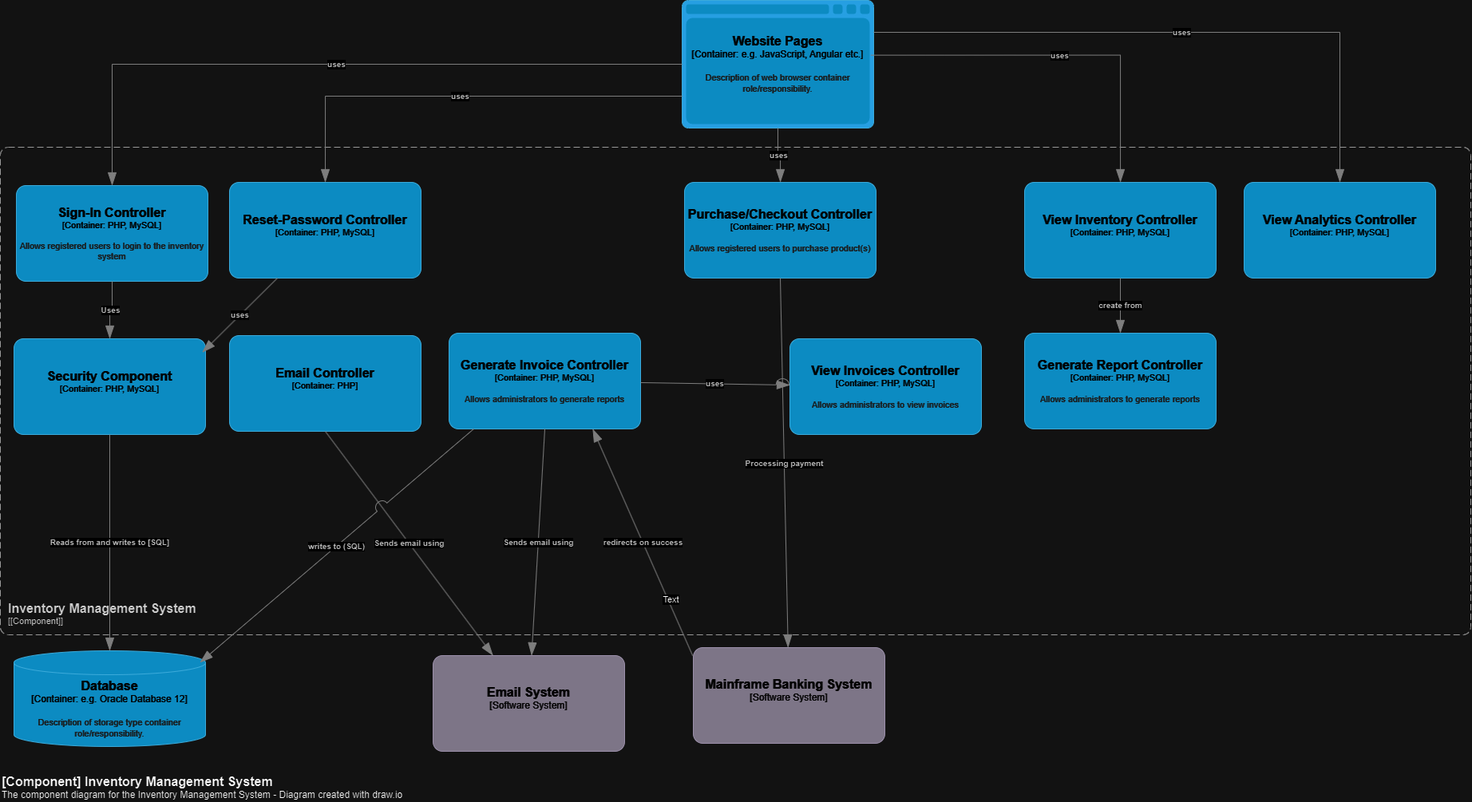
The draw.io diagram C4 Diagrams/ComponentDiagram.png in Vani0904/Team-Project-Inventory-System, before a commit. Source tidied: cells renumbered, new cells last; positions are measured from the earlier drawing's top-left corner, leaving out a move shared by most shapes.
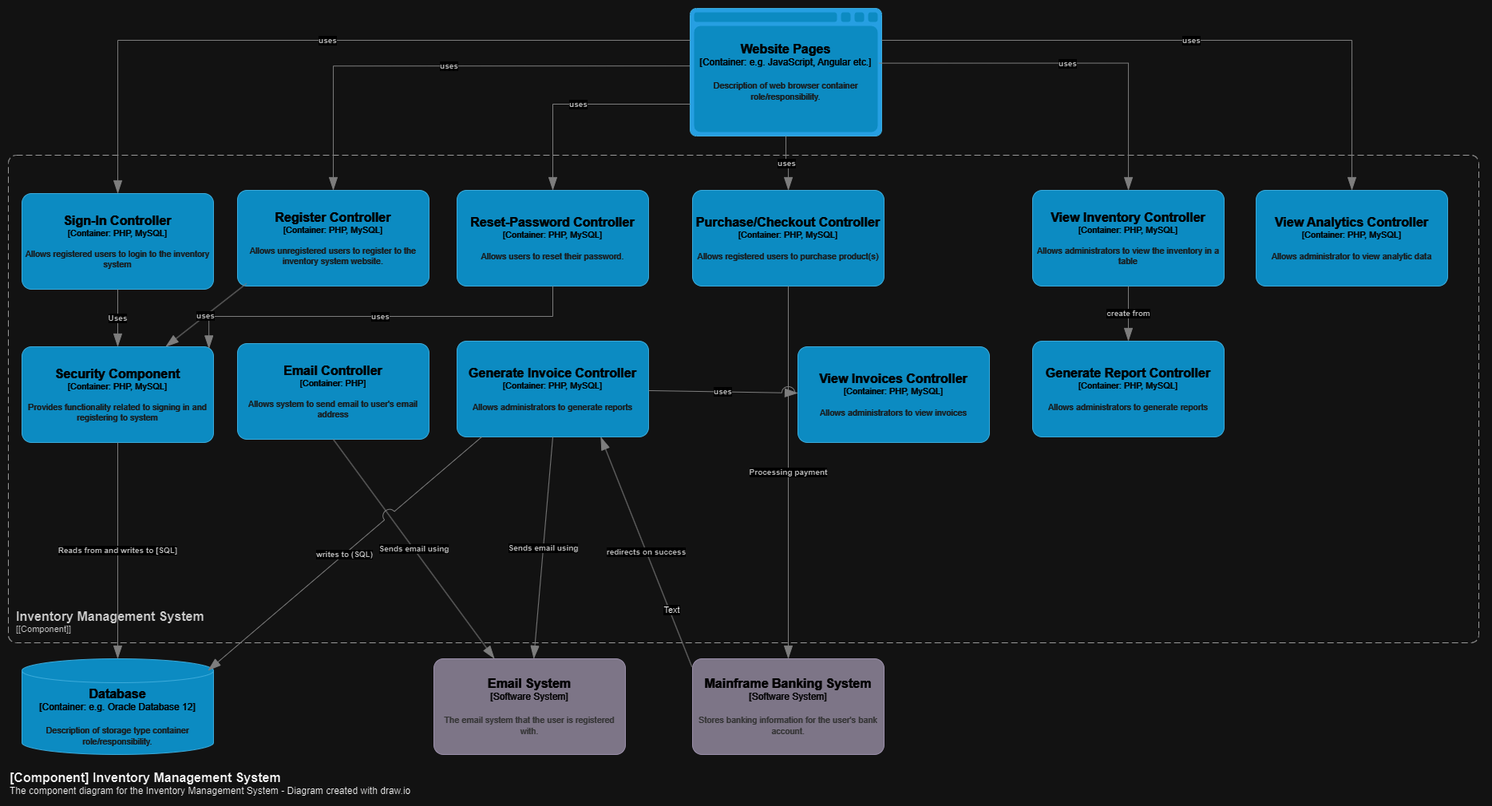
After the change.

Commit message:
Second version of the component diagram

The edit, as a diff of the source:
```diff
@@ -14,12 +14,12 @@
     </object>
     <object id="4" label="&lt;font style=&quot;font-size: 16px&quot;&gt;&lt;b&gt;%c4Name%&lt;/b&gt;&lt;/font&gt;&lt;div&gt;[%c4Type%: %c4Technology%]&lt;/div&gt;&lt;br&gt;&lt;div&gt;&lt;font style=&quot;font-size: 11px&quot;&gt;&lt;font color=&quot;#E6E6E6&quot;&gt;%c4Description%&lt;/font&gt;&lt;/div&gt;" c4Description="Allows registered users to login to the inventory system" c4Name="Sign-In Controller" c4Technology="PHP, MySQL" c4Type="Container" placeholders="1">
       <mxCell style="rounded=1;whiteSpace=wrap;html=1;fontSize=11;labelBackgroundColor=none;fillColor=#23A2D9;fontColor=#ffffff;align=center;arcSize=10;strokeColor=#0E7DAD;points=[[0.25,0,0],[0.5,0,0],[0.75,0,0],[1,0.25,0],[1,0.5,0],[1,0.75,0],[0.75,1,0],[0.5,1,0],[0.25,1,0],[0,0.75,0],[0,0.5,0],[0,0.25,0]];" parent="1" vertex="1">
-        <mxGeometry x="20" y="232" width="240" height="120" as="geometry" />
+        <mxGeometry x="17" y="232" width="240" height="120" as="geometry" />
       </mxCell>
     </object>
-    <object id="5" label="&lt;font style=&quot;font-size: 16px&quot;&gt;&lt;b&gt;%c4Name%&lt;/b&gt;&lt;/font&gt;&lt;div&gt;[%c4Type%: %c4Technology%]&lt;/div&gt;&lt;br&gt;&lt;div&gt;&lt;font style=&quot;font-size: 11px&quot;&gt;&lt;font color=&quot;#E6E6E6&quot;&gt;%c4Description%&lt;/font&gt;&lt;/div&gt;" c4Description="" c4Name="Reset-Password Controller" c4Technology="PHP, MySQL" c4Type="Container" placeholders="1">
+    <object id="5" label="&lt;font style=&quot;font-size: 16px&quot;&gt;&lt;b&gt;%c4Name%&lt;/b&gt;&lt;/font&gt;&lt;div&gt;[%c4Type%: %c4Technology%]&lt;/div&gt;&lt;br&gt;&lt;div&gt;&lt;font style=&quot;font-size: 11px&quot;&gt;&lt;font color=&quot;#E6E6E6&quot;&gt;%c4Description%&lt;/font&gt;&lt;/div&gt;" c4Description="Allows users to reset their password." c4Name="Reset-Password Controller" c4Technology="PHP, MySQL" c4Type="Container" placeholders="1">
       <mxCell style="rounded=1;whiteSpace=wrap;html=1;fontSize=11;labelBackgroundColor=none;fillColor=#23A2D9;fontColor=#ffffff;align=center;arcSize=10;strokeColor=#0E7DAD;points=[[0.25,0,0],[0.5,0,0],[0.75,0,0],[1,0.25,0],[1,0.5,0],[1,0.75,0],[0.75,1,0],[0.5,1,0],[0.25,1,0],[0,0.75,0],[0,0.5,0],[0,0.25,0]];" parent="1" vertex="1">
-        <mxGeometry x="287" y="228" width="240" height="120" as="geometry" />
+        <mxGeometry x="562" y="228" width="240" height="120" as="geometry" />
       </mxCell>
     </object>
     <object id="6" label="&lt;font style=&quot;font-size: 16px&quot;&gt;&lt;b&gt;%c4Name%&lt;/b&gt;&lt;/font&gt;&lt;div&gt;[%c4Type%: %c4Technology%]&lt;/div&gt;&lt;br&gt;&lt;div&gt;&lt;font style=&quot;font-size: 11px&quot;&gt;&lt;font color=&quot;#E6E6E6&quot;&gt;%c4Description%&lt;/font&gt;&lt;/div&gt;" c4Description="Allows administrators to generate reports" c4Name="Generate Report Controller" c4Technology="PHP, MySQL" c4Type="Container" placeholders="1">
@@ -32,14 +32,14 @@
         <mxGeometry x="989" y="424" width="240" height="120" as="geometry" />
       </mxCell>
     </object>
-    <object id="8" label="&lt;font style=&quot;font-size: 16px&quot;&gt;&lt;b&gt;%c4Name%&lt;/b&gt;&lt;/font&gt;&lt;div&gt;[%c4Type%: %c4Technology%]&lt;/div&gt;&lt;br&gt;&lt;div&gt;&lt;font style=&quot;font-size: 11px&quot;&gt;&lt;font color=&quot;#E6E6E6&quot;&gt;%c4Description%&lt;/font&gt;&lt;/div&gt;" c4Description="" c4Name="View Inventory Controller" c4Technology="PHP, MySQL" c4Type="Container" placeholders="1">
+    <object id="8" label="&lt;font style=&quot;font-size: 16px&quot;&gt;&lt;b&gt;%c4Name%&lt;/b&gt;&lt;/font&gt;&lt;div&gt;[%c4Type%: %c4Technology%]&lt;/div&gt;&lt;br&gt;&lt;div&gt;&lt;font style=&quot;font-size: 11px&quot;&gt;&lt;font color=&quot;#E6E6E6&quot;&gt;%c4Description%&lt;/font&gt;&lt;/div&gt;" c4Description="Allows administrators to view the inventory in a table" c4Name="View Inventory Controller" c4Technology="PHP, MySQL" c4Type="Container" placeholders="1">
       <mxCell style="rounded=1;whiteSpace=wrap;html=1;fontSize=11;labelBackgroundColor=none;fillColor=#23A2D9;fontColor=#ffffff;align=center;arcSize=10;strokeColor=#0E7DAD;points=[[0.25,0,0],[0.5,0,0],[0.75,0,0],[1,0.25,0],[1,0.5,0],[1,0.75,0],[0.75,1,0],[0.5,1,0],[0.25,1,0],[0,0.75,0],[0,0.5,0],[0,0.25,0]];" parent="1" vertex="1">
         <mxGeometry x="1283" y="228" width="240" height="120" as="geometry" />
       </mxCell>
     </object>
     <object id="9" label="&lt;font style=&quot;font-size: 16px&quot;&gt;&lt;b&gt;&lt;div style=&quot;text-align: left&quot;&gt;%c4Name%&lt;/div&gt;&lt;/b&gt;&lt;/font&gt;&lt;div style=&quot;text-align: left&quot;&gt;%c4Description%&lt;/div&gt;" c4Description="The component diagram for the Inventory Management System - Diagram created with draw.io" c4Name="[Component] Inventory Management System" c4Type="ContainerDiagramTitle" placeholders="1">
       <mxCell style="text;html=1;strokeColor=none;fillColor=none;align=left;verticalAlign=top;whiteSpace=wrap;rounded=0;" parent="1" vertex="1">
-        <mxGeometry y="963" width="1107" height="40" as="geometry" />
+        <mxGeometry y="948" width="1848" height="40" as="geometry" />
       </mxCell>
     </object>
     <object id="10" label="&lt;font style=&quot;font-size: 16px&quot;&gt;&lt;b&gt;&lt;div style=&quot;text-align: left&quot;&gt;%c4Name%&lt;/div&gt;&lt;/b&gt;&lt;/font&gt;&lt;div style=&quot;text-align: left&quot;&gt;[%c4Application%]&lt;/div&gt;" c4Application="[Component]" c4Name="Inventory Management System" c4Type="SystemScopeBoundary" placeholders="1">
@@ -47,14 +47,14 @@
         <mxGeometry y="184" width="1842" height="611" as="geometry" />
       </mxCell>
     </object>
-    <object id="11" label="&lt;font style=&quot;font-size: 16px&quot;&gt;&lt;b&gt;%c4Name%&lt;/b&gt;&lt;/font&gt;&lt;div&gt;[%c4Type%: %c4Technology%]&lt;/div&gt;&lt;br&gt;&lt;div&gt;&lt;font style=&quot;font-size: 11px&quot;&gt;&lt;font color=&quot;#E6E6E6&quot;&gt;%c4Description%&lt;/font&gt;&lt;/div&gt;" c4Description="" c4Name="Email Controller" c4Technology="PHP" c4Type="Container" placeholders="1">
+    <object id="11" label="&lt;font style=&quot;font-size: 16px&quot;&gt;&lt;b&gt;%c4Name%&lt;/b&gt;&lt;/font&gt;&lt;div&gt;[%c4Type%: %c4Technology%]&lt;/div&gt;&lt;br&gt;&lt;div&gt;&lt;font style=&quot;font-size: 11px&quot;&gt;&lt;font color=&quot;#E6E6E6&quot;&gt;%c4Description%&lt;/font&gt;&lt;/div&gt;" c4Description="Allows system to send email to user's email address" c4Name="Email Controller" c4Technology="PHP" c4Type="Container" placeholders="1">
       <mxCell style="rounded=1;whiteSpace=wrap;html=1;fontSize=11;labelBackgroundColor=none;fillColor=#23A2D9;fontColor=#ffffff;align=center;arcSize=10;strokeColor=#0E7DAD;points=[[0.25,0,0],[0.5,0,0],[0.75,0,0],[1,0.25,0],[1,0.5,0],[1,0.75,0],[0.75,1,0],[0.5,1,0],[0.25,1,0],[0,0.75,0],[0,0.5,0],[0,0.25,0]];" parent="1" vertex="1">
         <mxGeometry x="287" y="420" width="240" height="120" as="geometry" />
       </mxCell>
     </object>
-    <object id="12" label="&lt;font style=&quot;font-size: 16px&quot;&gt;&lt;b&gt;%c4Name%&lt;/b&gt;&lt;/font&gt;&lt;div&gt;[%c4Type%]&lt;/div&gt;&lt;br&gt;&lt;div&gt;&lt;font style=&quot;font-size: 11px&quot;&gt;&lt;font color=&quot;#cccccc&quot;&gt;%c4Description%&lt;/font&gt;&lt;/div&gt;" c4Description="" c4Name="Email System" c4Type="Software System" placeholders="1">
+    <object id="12" label="&lt;font style=&quot;font-size: 16px&quot;&gt;&lt;b&gt;%c4Name%&lt;/b&gt;&lt;/font&gt;&lt;div&gt;[%c4Type%]&lt;/div&gt;&lt;br&gt;&lt;div&gt;&lt;font style=&quot;font-size: 11px&quot;&gt;&lt;font color=&quot;#cccccc&quot;&gt;%c4Description%&lt;/font&gt;&lt;/div&gt;" c4Description="The email system that the user is registered with." c4Name="Email System" c4Type="Software System" placeholders="1">
       <mxCell style="rounded=1;whiteSpace=wrap;html=1;labelBackgroundColor=none;fillColor=#8C8496;fontColor=#ffffff;align=center;arcSize=10;strokeColor=#736782;points=[[0.25,0,0],[0.5,0,0],[0.75,0,0],[1,0.25,0],[1,0.5,0],[1,0.75,0],[0.75,1,0],[0.5,1,0],[0.25,1,0],[0,0.75,0],[0,0.5,0],[0,0.25,0]];" parent="1" vertex="1">
-        <mxGeometry x="542" y="821" width="240" height="120" as="geometry" />
+        <mxGeometry x="533" y="815" width="240" height="120" as="geometry" />
       </mxCell>
     </object>
     <object id="13" label="&lt;div style=&quot;text-align: left&quot;&gt;&lt;div style=&quot;text-align: center&quot;&gt;&lt;b&gt;%c4Description%&lt;/b&gt;&lt;/div&gt;" c4Description="Sends email using" c4Type="Relationship" placeholders="1">
@@ -72,7 +72,7 @@
         <mxGeometry relative="1" as="geometry" />
       </mxCell>
     </object>
-    <object id="16" label="&lt;font style=&quot;font-size: 16px&quot;&gt;&lt;b&gt;%c4Name%&lt;/b&gt;&lt;/font&gt;&lt;div&gt;[%c4Type%: %c4Technology%]&lt;/div&gt;&lt;br&gt;&lt;div&gt;&lt;font style=&quot;font-size: 11px&quot;&gt;&lt;font color=&quot;#E6E6E6&quot;&gt;%c4Description%&lt;/font&gt;&lt;/div&gt;" c4Description="" c4Name="Security Component" c4Technology="PHP, MySQL" c4Type="Container" placeholders="1">
+    <object id="16" label="&lt;font style=&quot;font-size: 16px&quot;&gt;&lt;b&gt;%c4Name%&lt;/b&gt;&lt;/font&gt;&lt;div&gt;[%c4Type%: %c4Technology%]&lt;/div&gt;&lt;br&gt;&lt;div&gt;&lt;font style=&quot;font-size: 11px&quot;&gt;&lt;font color=&quot;#E6E6E6&quot;&gt;%c4Description%&lt;/font&gt;&lt;/div&gt;" c4Description="Provides functionality related to signing in and registering to system" c4Name="Security Component" c4Technology="PHP, MySQL" c4Type="Container" placeholders="1">
       <mxCell style="rounded=1;whiteSpace=wrap;html=1;fontSize=11;labelBackgroundColor=none;fillColor=#23A2D9;fontColor=#ffffff;align=center;arcSize=10;strokeColor=#0E7DAD;points=[[0.25,0,0],[0.5,0,0],[0.75,0,0],[1,0.25,0],[1,0.5,0],[1,0.75,0],[0.75,1,0],[0.5,1,0],[0.25,1,0],[0,0.75,0],[0,0.5,0],[0,0.25,0]];" parent="1" vertex="1">
         <mxGeometry x="17" y="424" width="240" height="120" as="geometry" />
       </mxCell>
@@ -88,7 +88,7 @@
       </mxCell>
     </object>
     <object id="19" label="&lt;div style=&quot;text-align: left&quot;&gt;&lt;div style=&quot;text-align: center&quot;&gt;&lt;b&gt;%c4Description%&lt;/b&gt;&lt;/div&gt;" c4Description="uses" c4Type="Relationship" placeholders="1">
-      <mxCell style="endArrow=blockThin;html=1;fontSize=10;fontColor=#404040;strokeWidth=1;endFill=1;strokeColor=#828282;elbow=vertical;endSize=14;startSize=14;jumpStyle=arc;jumpSize=16;rounded=0;exitX=0.25;exitY=1;exitDx=0;exitDy=0;exitPerimeter=0;entryX=0.983;entryY=0.143;entryDx=0;entryDy=0;entryPerimeter=0;" parent="1" edge="1" source="5" target="16">
+      <mxCell style="endArrow=blockThin;html=1;fontSize=10;fontColor=#404040;strokeWidth=1;endFill=1;strokeColor=#828282;elbow=vertical;endSize=14;startSize=14;jumpStyle=arc;jumpSize=16;rounded=0;exitX=0.5;exitY=1;exitDx=0;exitDy=0;exitPerimeter=0;entryX=0.976;entryY=0.02;entryDx=0;entryDy=0;entryPerimeter=0;edgeStyle=orthogonalEdgeStyle;" parent="1" edge="1" source="5" target="16">
         <mxGeometry relative="1" as="geometry" />
       </mxCell>
     </object>
@@ -97,14 +97,14 @@
         <mxGeometry x="857" y="228" width="240" height="120" as="geometry" />
       </mxCell>
     </object>
-    <object id="21" label="&lt;font style=&quot;font-size: 16px&quot;&gt;&lt;b&gt;%c4Name%&lt;/b&gt;&lt;/font&gt;&lt;div&gt;[%c4Type%: %c4Technology%]&lt;/div&gt;&lt;br&gt;&lt;div&gt;&lt;font style=&quot;font-size: 11px&quot;&gt;&lt;font color=&quot;#E6E6E6&quot;&gt;%c4Description%&lt;/font&gt;&lt;/div&gt;" c4Description="" c4Name="View Analytics Controller" c4Technology="PHP, MySQL" c4Type="Container" placeholders="1">
+    <object id="21" label="&lt;font style=&quot;font-size: 16px&quot;&gt;&lt;b&gt;%c4Name%&lt;/b&gt;&lt;/font&gt;&lt;div&gt;[%c4Type%: %c4Technology%]&lt;/div&gt;&lt;br&gt;&lt;div&gt;&lt;font style=&quot;font-size: 11px&quot;&gt;&lt;font color=&quot;#E6E6E6&quot;&gt;%c4Description%&lt;/font&gt;&lt;/div&gt;" c4Description="Allows administrator to view analytic data" c4Name="View Analytics Controller" c4Technology="PHP, MySQL" c4Type="Container" placeholders="1">
       <mxCell style="rounded=1;whiteSpace=wrap;html=1;fontSize=11;labelBackgroundColor=none;fillColor=#23A2D9;fontColor=#ffffff;align=center;arcSize=10;strokeColor=#0E7DAD;points=[[0.25,0,0],[0.5,0,0],[0.75,0,0],[1,0.25,0],[1,0.5,0],[1,0.75,0],[0.75,1,0],[0.5,1,0],[0.25,1,0],[0,0.75,0],[0,0.5,0],[0,0.25,0]];" parent="1" vertex="1">
-        <mxGeometry x="1558" y="228" width="240" height="120" as="geometry" />
+        <mxGeometry x="1563" y="228" width="240" height="120" as="geometry" />
       </mxCell>
     </object>
-    <object id="22" label="&lt;font style=&quot;font-size: 16px&quot;&gt;&lt;b&gt;%c4Name%&lt;/b&gt;&lt;/font&gt;&lt;div&gt;[%c4Type%]&lt;/div&gt;&lt;br&gt;&lt;div&gt;&lt;font style=&quot;font-size: 11px&quot;&gt;&lt;font color=&quot;#cccccc&quot;&gt;%c4Description%&lt;/font&gt;&lt;/div&gt;" c4Description="" c4Name="Mainframe Banking System" c4Type="Software System" placeholders="1">
+    <object id="22" label="&lt;font style=&quot;font-size: 16px&quot;&gt;&lt;b&gt;%c4Name%&lt;/b&gt;&lt;/font&gt;&lt;div&gt;[%c4Type%]&lt;/div&gt;&lt;br&gt;&lt;div&gt;&lt;font style=&quot;font-size: 11px&quot;&gt;&lt;font color=&quot;#cccccc&quot;&gt;%c4Description%&lt;/font&gt;&lt;/div&gt;" c4Description="Stores banking information for the user's bank account." c4Name="Mainframe Banking System" c4Type="Software System" placeholders="1">
       <mxCell style="rounded=1;whiteSpace=wrap;html=1;labelBackgroundColor=none;fillColor=#8C8496;fontColor=#ffffff;align=center;arcSize=10;strokeColor=#736782;points=[[0.25,0,0],[0.5,0,0],[0.75,0,0],[1,0.25,0],[1,0.5,0],[1,0.75,0],[0.75,1,0],[0.5,1,0],[0.25,1,0],[0,0.75,0],[0,0.5,0],[0,0.25,0]];" parent="1" vertex="1">
-        <mxGeometry x="868" y="811" width="240" height="120" as="geometry" />
+        <mxGeometry x="857" y="815" width="240" height="120" as="geometry" />
       </mxCell>
     </object>
     <object id="23" label="&lt;div style=&quot;text-align: left&quot;&gt;&lt;div style=&quot;text-align: center&quot;&gt;&lt;b&gt;%c4Description%&lt;/b&gt;&lt;/div&gt;" c4Description="Processing payment" c4Type="Relationship" placeholders="1">
@@ -131,7 +131,7 @@
       </mxCell>
     </object>
     <object id="28" label="&lt;div style=&quot;text-align: left&quot;&gt;&lt;div style=&quot;text-align: center&quot;&gt;&lt;b&gt;%c4Description%&lt;/b&gt;&lt;/div&gt;" c4Description="uses" c4Type="Relationship" placeholders="1">
-      <mxCell style="endArrow=blockThin;html=1;fontSize=10;fontColor=#404040;strokeWidth=1;endFill=1;strokeColor=#828282;elbow=vertical;endSize=14;startSize=14;jumpStyle=arc;jumpSize=16;rounded=0;edgeStyle=orthogonalEdgeStyle;exitX=0;exitY=0.5;exitDx=0;exitDy=0;exitPerimeter=0;" parent="1" edge="1" source="2" target="4">
+      <mxCell style="endArrow=blockThin;html=1;fontSize=10;fontColor=#404040;strokeWidth=1;endFill=1;strokeColor=#828282;elbow=vertical;endSize=14;startSize=14;jumpStyle=arc;jumpSize=16;rounded=0;edgeStyle=orthogonalEdgeStyle;exitX=0;exitY=0.25;exitDx=0;exitDy=0;exitPerimeter=0;" parent="1" edge="1" source="2" target="4">
         <mxGeometry relative="1" as="geometry" />
       </mxCell>
     </object>
@@ -160,5 +160,20 @@
         <mxGeometry relative="1" as="geometry" />
       </mxCell>
     </object>
+    <object id="34" label="&lt;font style=&quot;font-size: 16px&quot;&gt;&lt;b&gt;%c4Name%&lt;/b&gt;&lt;/font&gt;&lt;div&gt;[%c4Type%: %c4Technology%]&lt;/div&gt;&lt;br&gt;&lt;div&gt;&lt;font style=&quot;font-size: 11px&quot;&gt;&lt;font color=&quot;#E6E6E6&quot;&gt;%c4Description%&lt;/font&gt;&lt;/div&gt;" c4Description="Allows unregistered users to register to the inventory system website." c4Name="Register Controller" c4Technology="PHP, MySQL" c4Type="Container" placeholders="1">
+      <mxCell style="rounded=1;whiteSpace=wrap;html=1;fontSize=11;labelBackgroundColor=none;fillColor=#23A2D9;fontColor=#ffffff;align=center;arcSize=10;strokeColor=#0E7DAD;points=[[0.25,0,0],[0.5,0,0],[0.75,0,0],[1,0.25,0],[1,0.5,0],[1,0.75,0],[0.75,1,0],[0.5,1,0],[0.25,1,0],[0,0.75,0],[0,0.5,0],[0,0.25,0]];" parent="1" vertex="1">
+        <mxGeometry x="287" y="228" width="240" height="120" as="geometry" />
+      </mxCell>
+    </object>
+    <object id="35" label="&lt;div style=&quot;text-align: left&quot;&gt;&lt;div style=&quot;text-align: center&quot;&gt;&lt;b&gt;%c4Description%&lt;/b&gt;&lt;/div&gt;" c4Description="uses" c4Type="Relationship" placeholders="1">
+      <mxCell style="endArrow=blockThin;html=1;fontSize=10;fontColor=#404040;strokeWidth=1;endFill=1;strokeColor=#828282;elbow=vertical;endSize=14;startSize=14;jumpStyle=arc;jumpSize=16;rounded=0;entryX=0.75;entryY=0;entryDx=0;entryDy=0;entryPerimeter=0;exitX=0.047;exitY=0.973;exitDx=0;exitDy=0;exitPerimeter=0;" parent="1" edge="1" source="34" target="16">
+        <mxGeometry relative="1" as="geometry" />
+      </mxCell>
+    </object>
+    <object id="36" label="&lt;div style=&quot;text-align: left&quot;&gt;&lt;div style=&quot;text-align: center&quot;&gt;&lt;b&gt;%c4Description%&lt;/b&gt;&lt;/div&gt;" c4Description="uses" c4Type="Relationship" placeholders="1">
+      <mxCell style="endArrow=blockThin;html=1;fontSize=10;fontColor=#404040;strokeWidth=1;endFill=1;strokeColor=#828282;elbow=vertical;endSize=14;startSize=14;jumpStyle=arc;jumpSize=16;rounded=0;edgeStyle=orthogonalEdgeStyle;entryX=0.5;entryY=0;entryDx=0;entryDy=0;entryPerimeter=0;exitX=-0.002;exitY=0.451;exitDx=0;exitDy=0;exitPerimeter=0;" parent="1" edge="1" source="2" target="34">
+        <mxGeometry relative="1" as="geometry" />
+      </mxCell>
+    </object>
   </root>
 </mxGraphModel>
```
